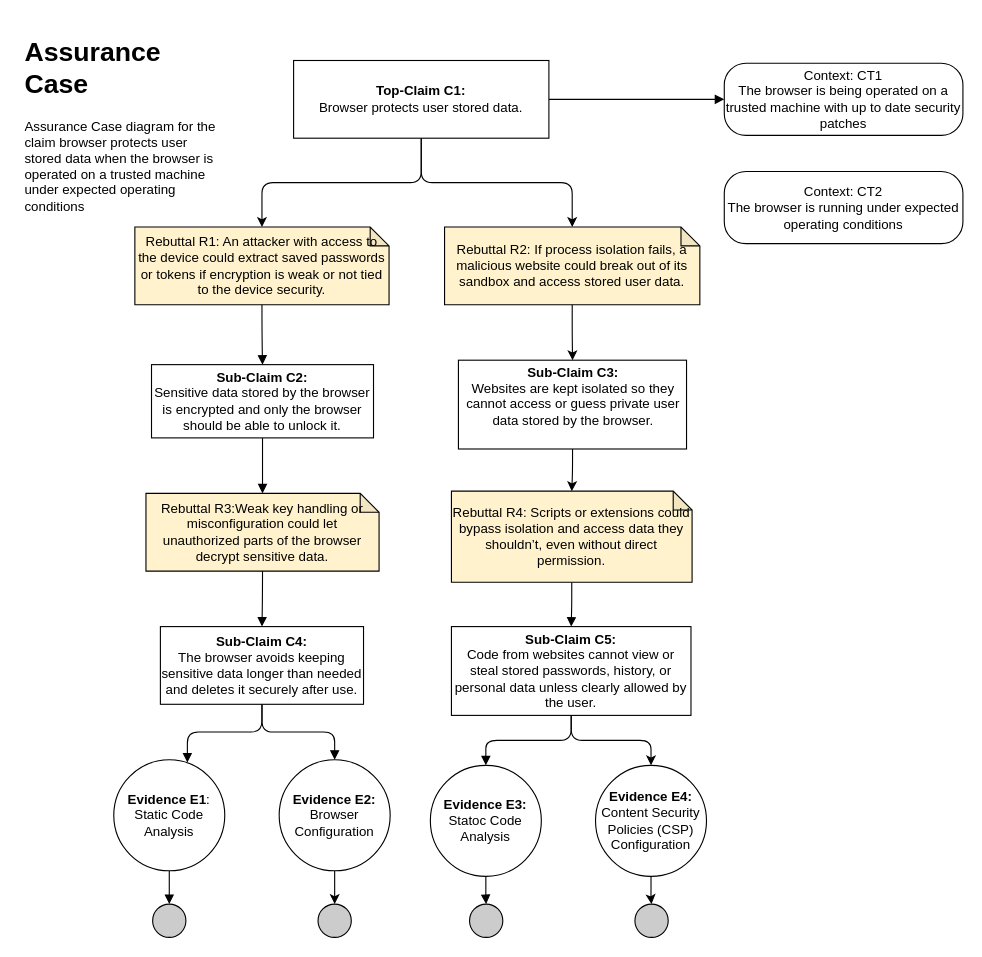
chauler/CYBR8420-Team5-Project keeps this draw.io diagram as docs/assurance_cases/Navigate_URL_Assurance_Case.drawio. Above is the earlier version. Source tidied: cells renumbered, new cells numbered last; positions are measured from the earlier drawing's top-left corner, leaving out a move shared by most shapes. Both pictures are drawn from the tidied source at 111%, with x=0, y=0 at pixel (19, 30).
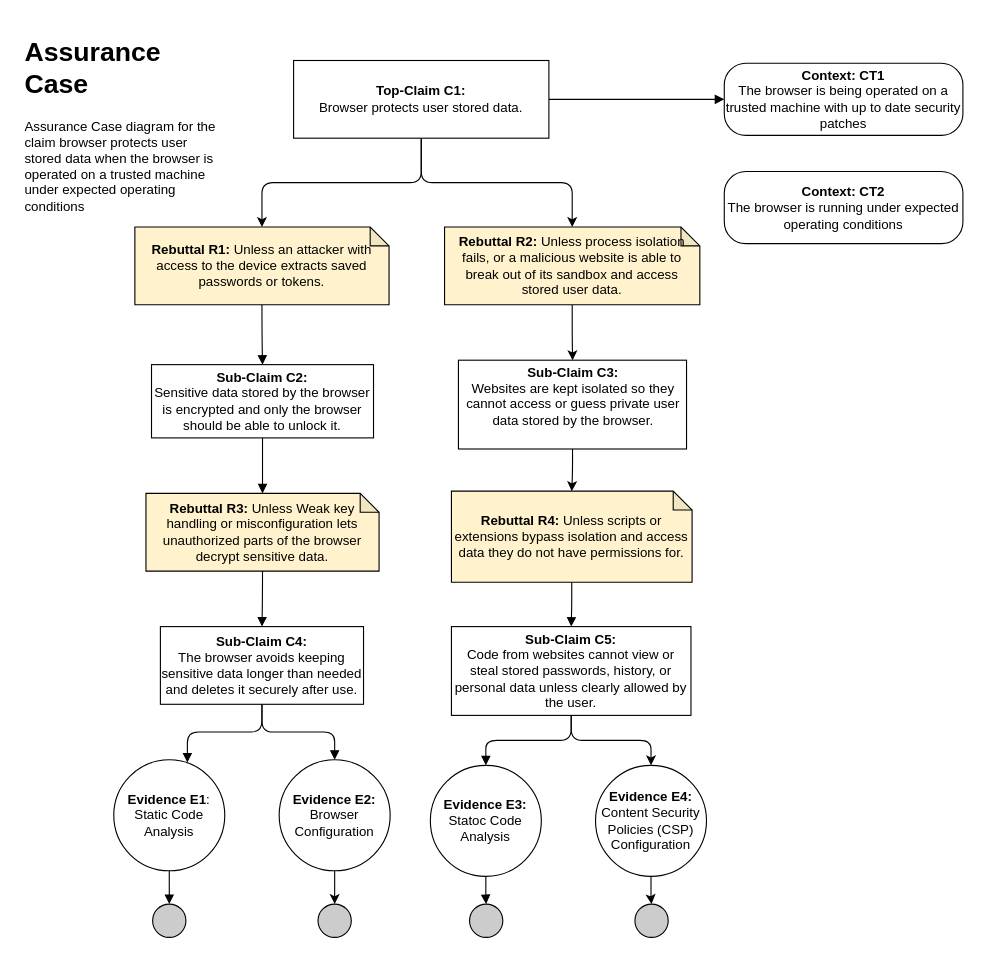
Above is the later version.

What changed in the source:
```diff
@@
-    <mxCell id="5" value="Context: CT1&lt;br&gt;The browser is being operated on a trusted machine with up to date security patches" style="rounded=1;whiteSpace=wrap;html=1;arcSize=30;" parent="1" vertex="1">
+    <mxCell id="5" value="&lt;b&gt;Context: CT1&lt;/b&gt;&lt;br&gt;The browser is being operated on a trusted machine with up to date security patches" style="rounded=1;whiteSpace=wrap;html=1;arcSize=30;" parent="1" vertex="1">
       <mxGeometry x="635" y="29.5" width="215" height="65" as="geometry" />
     </mxCell>
@@
-    <mxCell id="7" value="Rebuttal R1: An attacker with access to the device could extract saved passwords or tokens if encryption is weak or not tied to the device security." style="shape=note;whiteSpace=wrap;html=1;backgroundOutline=1;darkOpacity=0.05;size=17;fillColor=#FFF2CC;" parent="1" vertex="1">
+    <mxCell id="7" value="&lt;b&gt;Rebuttal R1:&lt;/b&gt;&amp;nbsp;Unless an attacker with access to the device extracts saved passwords or tokens." style="shape=note;whiteSpace=wrap;html=1;backgroundOutline=1;darkOpacity=0.05;size=17;fillColor=#FFF2CC;" parent="1" vertex="1">
       <mxGeometry x="104" y="177" width="229" height="70" as="geometry" />
     </mxCell>
@@
-    <mxCell id="11" value="Rebuttal R3:Weak key handling or misconfiguration could let unauthorized parts of the browser decrypt sensitive data." style="shape=note;whiteSpace=wrap;html=1;backgroundOutline=1;darkOpacity=0.05;size=17;fillColor=#FFF2CC;" parent="1" vertex="1">
+    <mxCell id="11" value="&lt;b&gt;Rebuttal R3: &lt;/b&gt;Unless&lt;b&gt;&amp;nbsp;&lt;/b&gt;Weak key handling or misconfiguration lets unauthorized parts of the browser decrypt sensitive data." style="shape=note;whiteSpace=wrap;html=1;backgroundOutline=1;darkOpacity=0.05;size=17;fillColor=#FFF2CC;" parent="1" vertex="1">
       <mxGeometry x="114" y="417" width="210" height="70" as="geometry" />
     </mxCell>
@@
-    <mxCell id="13" value="Rebuttal R4: Scripts or extensions could bypass isolation and access data they shouldn’t, even without direct permission." style="shape=note;whiteSpace=wrap;html=1;backgroundOutline=1;darkOpacity=0.05;size=17;fillColor=#FFF2CC;" parent="1" vertex="1">
+    <mxCell id="13" value="&lt;b&gt;Rebuttal R4:&lt;/b&gt;&amp;nbsp;Unless scripts or extensions bypass isolation and access data they do not have permissions for." style="shape=note;whiteSpace=wrap;html=1;backgroundOutline=1;darkOpacity=0.05;size=17;fillColor=#FFF2CC;" parent="1" vertex="1">
       <mxGeometry x="389.2" y="415" width="216.8" height="82" as="geometry" />
     </mxCell>
@@
-    <mxCell id="30" value="Rebuttal R2: If process isolation fails, a malicious website could break out of its sandbox and access stored user data." style="shape=note;whiteSpace=wrap;html=1;backgroundOutline=1;darkOpacity=0.05;size=17;fillColor=#FFF2CC;" parent="1" vertex="1">
+    <mxCell id="30" value="&lt;b&gt;Rebuttal R2: &lt;/b&gt;Unless&lt;b&gt;&amp;nbsp;&lt;/b&gt;process isolation fails, or a malicious website is able to break out of its sandbox and access stored user data." style="shape=note;whiteSpace=wrap;html=1;backgroundOutline=1;darkOpacity=0.05;size=17;fillColor=#FFF2CC;" parent="1" vertex="1">
       <mxGeometry x="383" y="177" width="230" height="70" as="geometry" />
     </mxCell>
@@
-    <mxCell id="38" value="Context: CT2&lt;br&gt;The browser is running under expected operating conditions" style="rounded=1;whiteSpace=wrap;html=1;arcSize=30;" parent="1" vertex="1">
+    <mxCell id="38" value="&lt;b&gt;Context: CT2&lt;/b&gt;&lt;br&gt;The browser is running under expected operating conditions" style="rounded=1;whiteSpace=wrap;html=1;arcSize=30;" parent="1" vertex="1">
       <mxGeometry x="635" y="127" width="215" height="65" as="geometry" />
     </mxCell>
```
